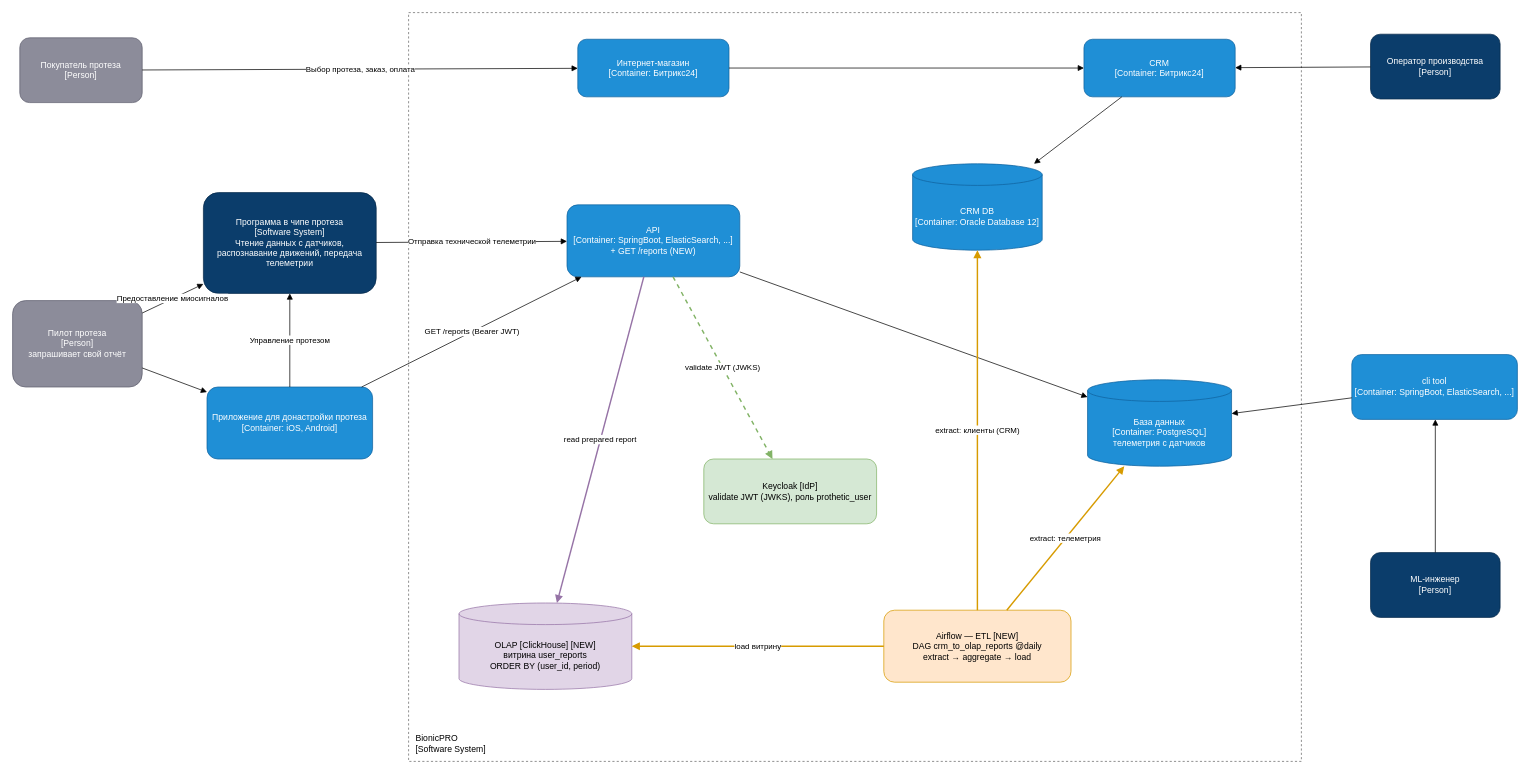
SiritosKon/architecture-bionicpro keeps this draw.io diagram as diagrams/reports-c4.drawio. Above is the earlier version. Source tidied: cells renumbered, new cells numbered last; positions are measured from the earlier drawing's top-left corner, leaving out a move shared by most shapes. Both pictures are drawn from the tidied source at 72%, with x=0, y=0 at pixel (12, 12).
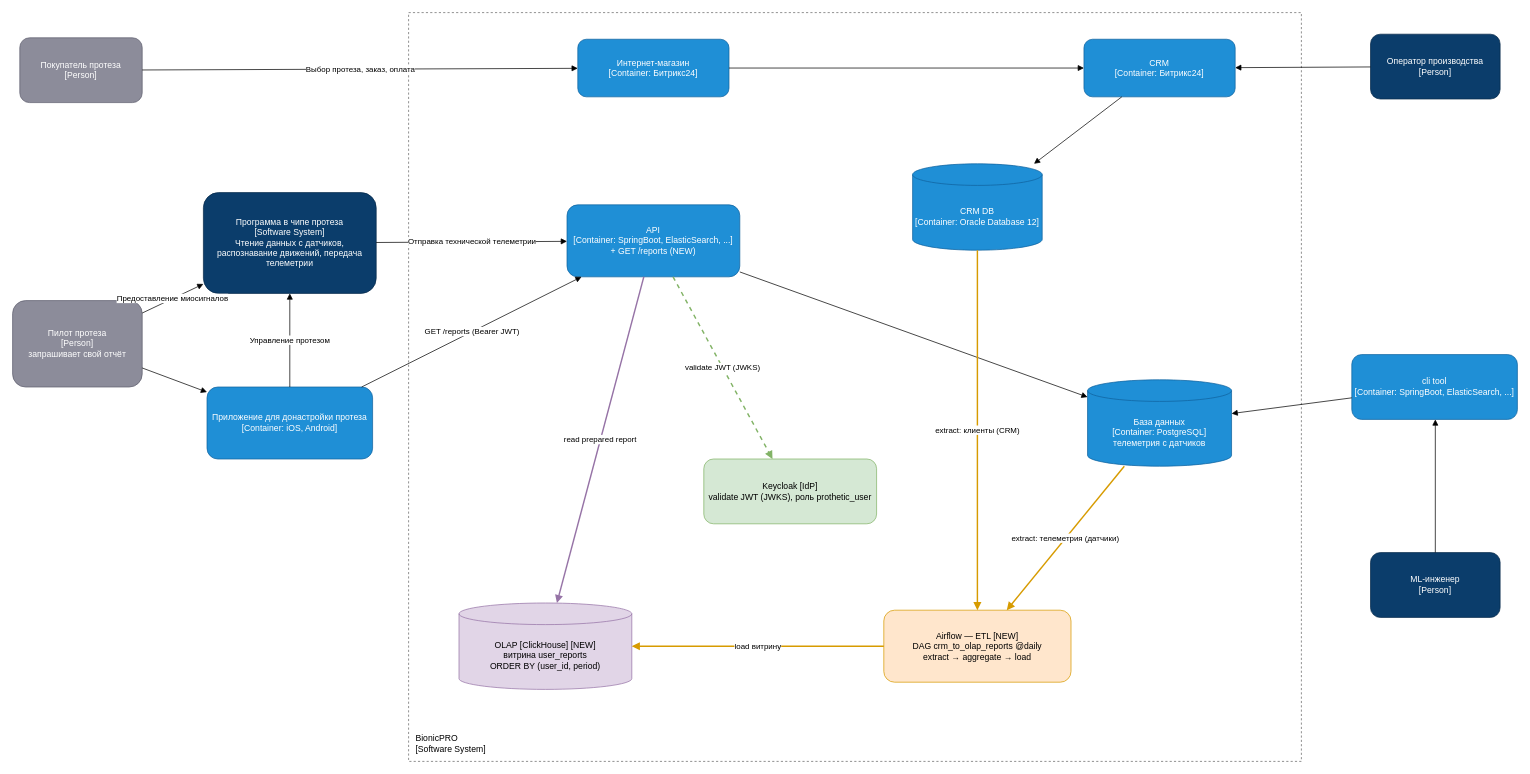
Above is the later version.

Commit message (it also covers changes not shown here):
docs: reports C4 — show data flowing into Airflow (source->ETL->OLAP)

The change refers to these unchanged cells:
```xml
<mxCell id="9" value="CRM DB&#10;[Container: Oracle Database 12]" style="shape=cylinder3;whiteSpace=wrap;html=1;boundedLbl=1;backgroundOutline=1;fillColor=#1f8fd6;strokeColor=#10629e;fontColor=#ffffff;" parent="1" vertex="1">
  <mxGeometry x="1250" y="210" width="180" height="120" as="geometry" />
</mxCell>
<mxCell id="13" value="База данных&#10;[Container: PostgreSQL]&#10;телеметрия с датчиков" style="shape=cylinder3;whiteSpace=wrap;html=1;boundedLbl=1;backgroundOutline=1;fillColor=#1f8fd6;strokeColor=#10629e;fontColor=#ffffff;" parent="1" vertex="1">
  <mxGeometry x="1493" y="510" width="200" height="120" as="geometry" />
</mxCell>
<mxCell id="15" value="Airflow — ETL [NEW]&#10;DAG crm_to_olap_reports @daily&#10;extract → aggregate → load" style="rounded=1;whiteSpace=wrap;html=1;fillColor=#ffe6cc;strokeColor=#d79b00;fontColor=#000000;" parent="1" vertex="1">
  <mxGeometry x="1210" y="830" width="260" height="100" as="geometry" />
</mxCell>
```

Diff of the diagram source:
```diff
@@
-    <mxCell id="30" value="extract: клиенты (CRM)" style="endArrow=block;html=1;strokeColor=#d79b00;strokeWidth=2;" parent="1" edge="1" source="15" target="9">
+    <mxCell id="30" value="extract: клиенты (CRM)" style="endArrow=block;html=1;strokeColor=#d79b00;strokeWidth=2;" parent="1" edge="1" source="9" target="15">
       <mxGeometry relative="1" as="geometry" />
     </mxCell>
-    <mxCell id="31" value="extract: телеметрия" style="endArrow=block;html=1;strokeColor=#d79b00;strokeWidth=2;" parent="1" edge="1" source="15" target="13">
+    <mxCell id="31" value="extract: телеметрия (датчики)" style="endArrow=block;html=1;strokeColor=#d79b00;strokeWidth=2;" parent="1" edge="1" source="13" target="15">
       <mxGeometry relative="1" as="geometry" />
     </mxCell>
```
